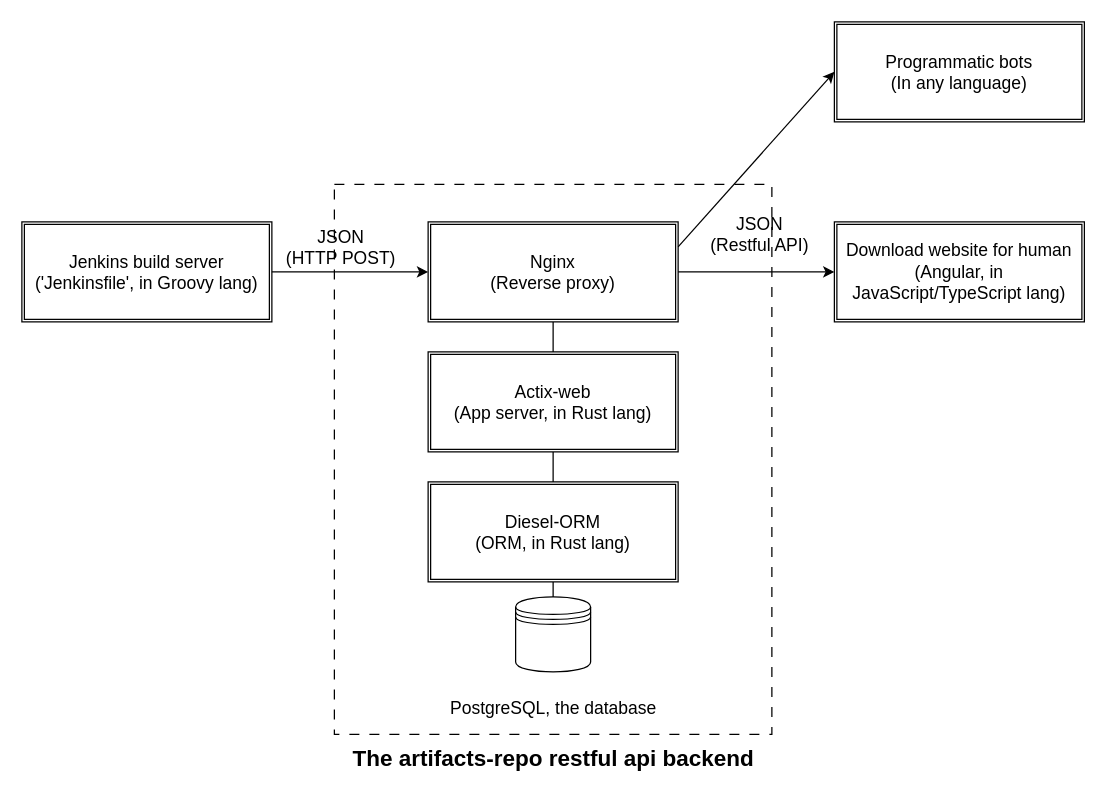
This is artifacts-repo.drawio from gnu4cn/artifacts-repo, a draw.io file, before an edit. Source tidied: cells renumbered, new cells numbered last; positions are measured from the earlier drawing's top-left corner, leaving out a move shared by most shapes. Both pictures are drawn from the tidied source at 125%, with x=0, y=0 at pixel (21, 21).
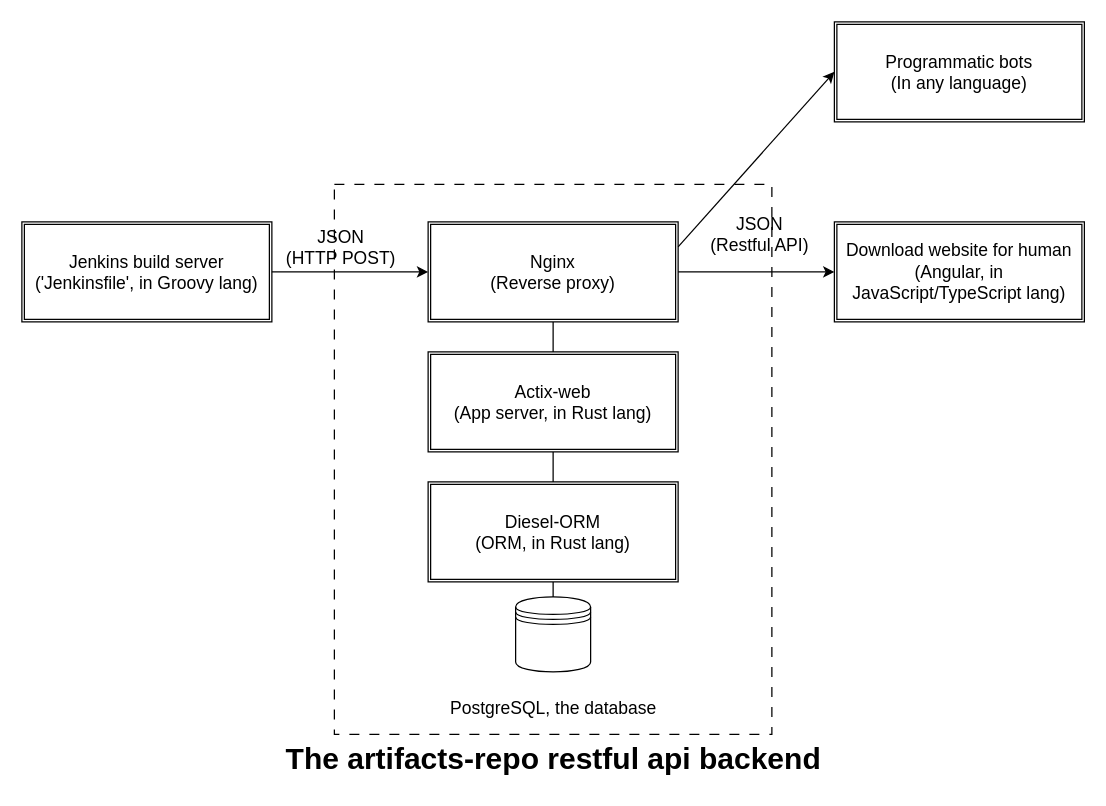
After the change.

What changed in the source:
```diff
@@
-    <mxCell id="20" value="&lt;b&gt;&lt;font style=&quot;font-size: 18px;&quot;&gt;The artifacts-repo restful api backend&lt;/font&gt;&lt;/b&gt;" style="text;html=1;align=center;verticalAlign=middle;strokeColor=none;fillColor=none;" parent="1" vertex="1">
-      <mxGeometry x="255" y="570" width="340" height="40" as="geometry" />
+    <mxCell id="20" value="&lt;b&gt;&lt;font style=&quot;font-size: 24px;&quot;&gt;The artifacts-repo restful api backend&lt;/font&gt;&lt;/b&gt;" style="text;html=1;align=center;verticalAlign=middle;strokeColor=none;fillColor=none;" parent="1" vertex="1">
+      <mxGeometry x="200" y="570" width="450" height="40" as="geometry" />
     </mxCell>
```
